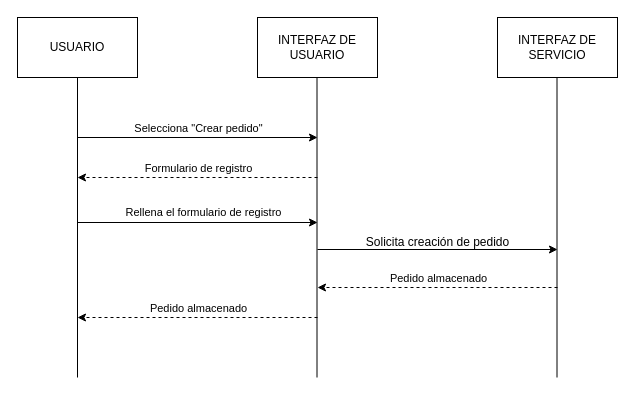
Above: diagrams/secuencia/DS-013.drawio in ClaudiaOviedoGovantes/ComercialPostigo (draw.io), before the change. Source tidied: cells renumbered, new cells numbered last; positions are measured from the earlier drawing's top-left corner, leaving out a move shared by most shapes. Both pictures are drawn from the tidied source at 100%, with x=0, y=0 at pixel (17, 17).
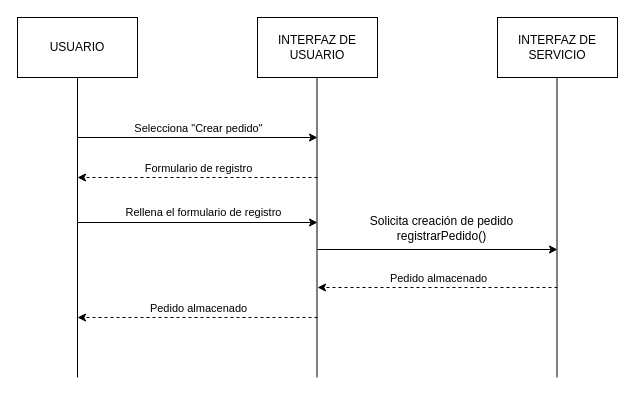
The same diagram, later.

What changed in the source:
```diff
@@
-    <mxCell id="13" value="Solicita creación de pedido" style="text;html=1;align=center;verticalAlign=middle;strokeColor=none;fillColor=none;" parent="1" vertex="1">
-      <mxGeometry x="335" y="210" width="170" height="30" as="geometry" />
+    <mxCell id="13" value="Solicita creación de pedido&lt;div&gt;registrarPedido()&lt;/div&gt;" style="text;html=1;align=center;verticalAlign=middle;strokeColor=none;fillColor=none;" parent="1" vertex="1">
+      <mxGeometry x="343" y="190" width="161" height="41" as="geometry" />
     </mxCell>
```
